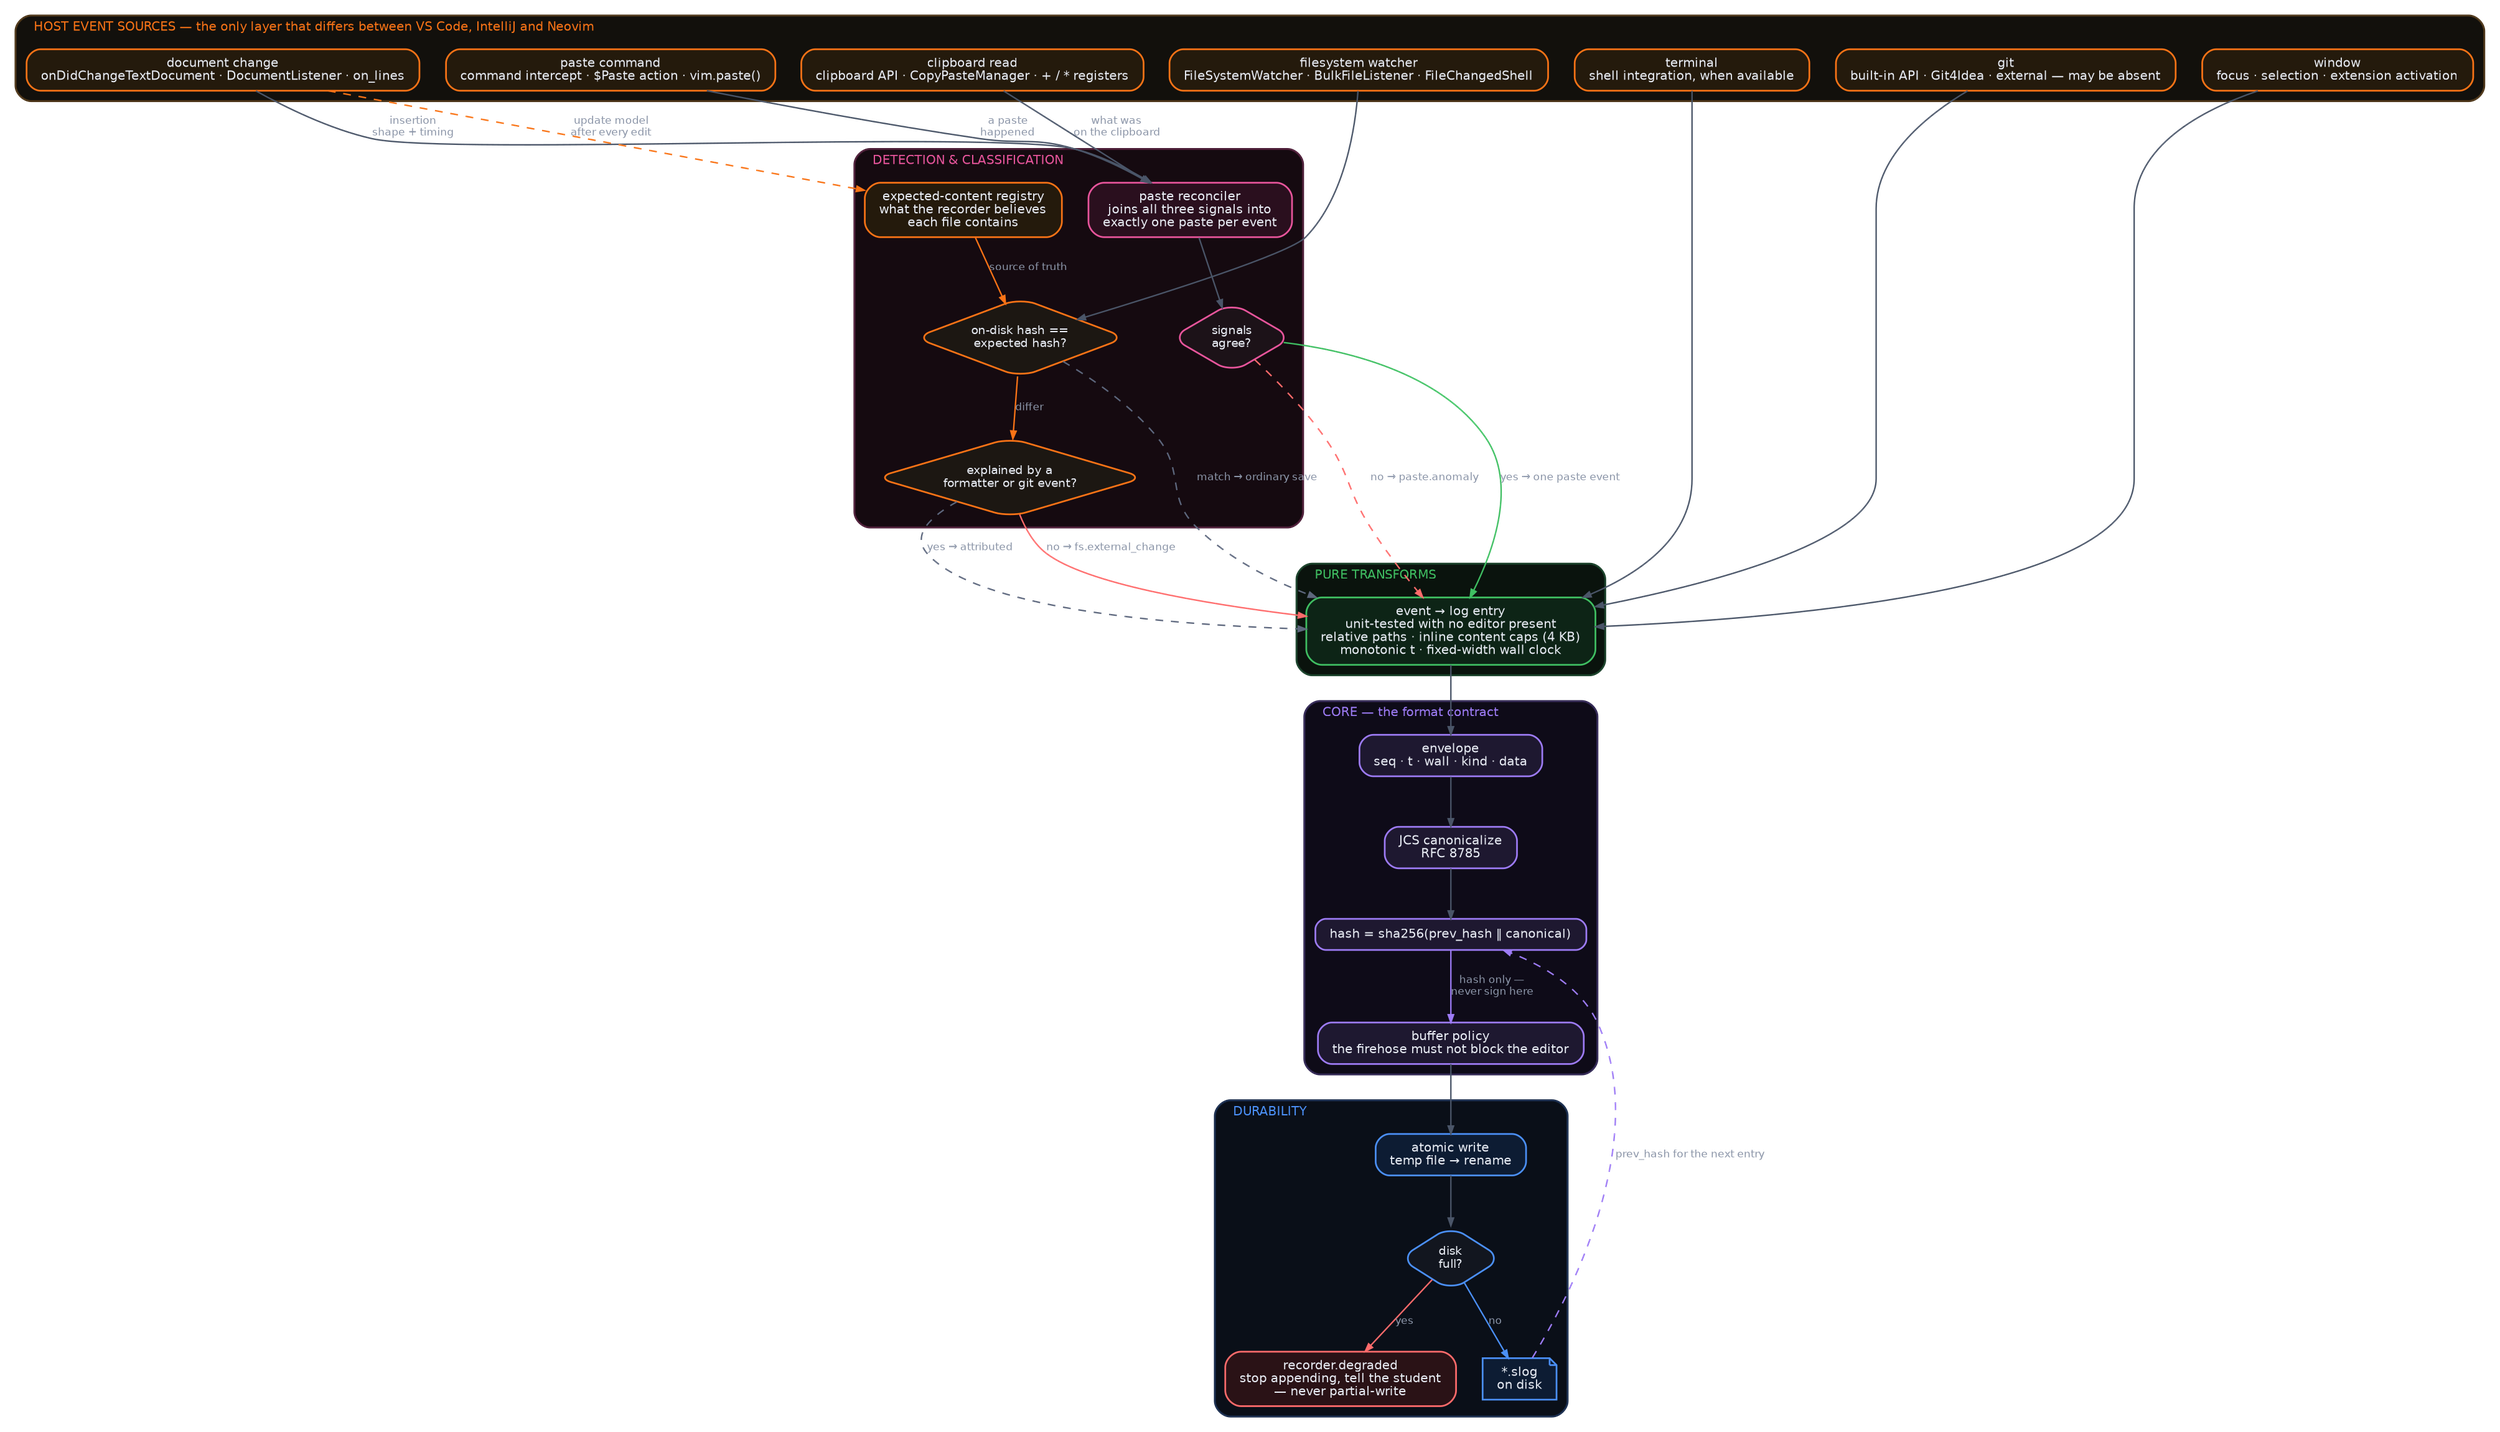
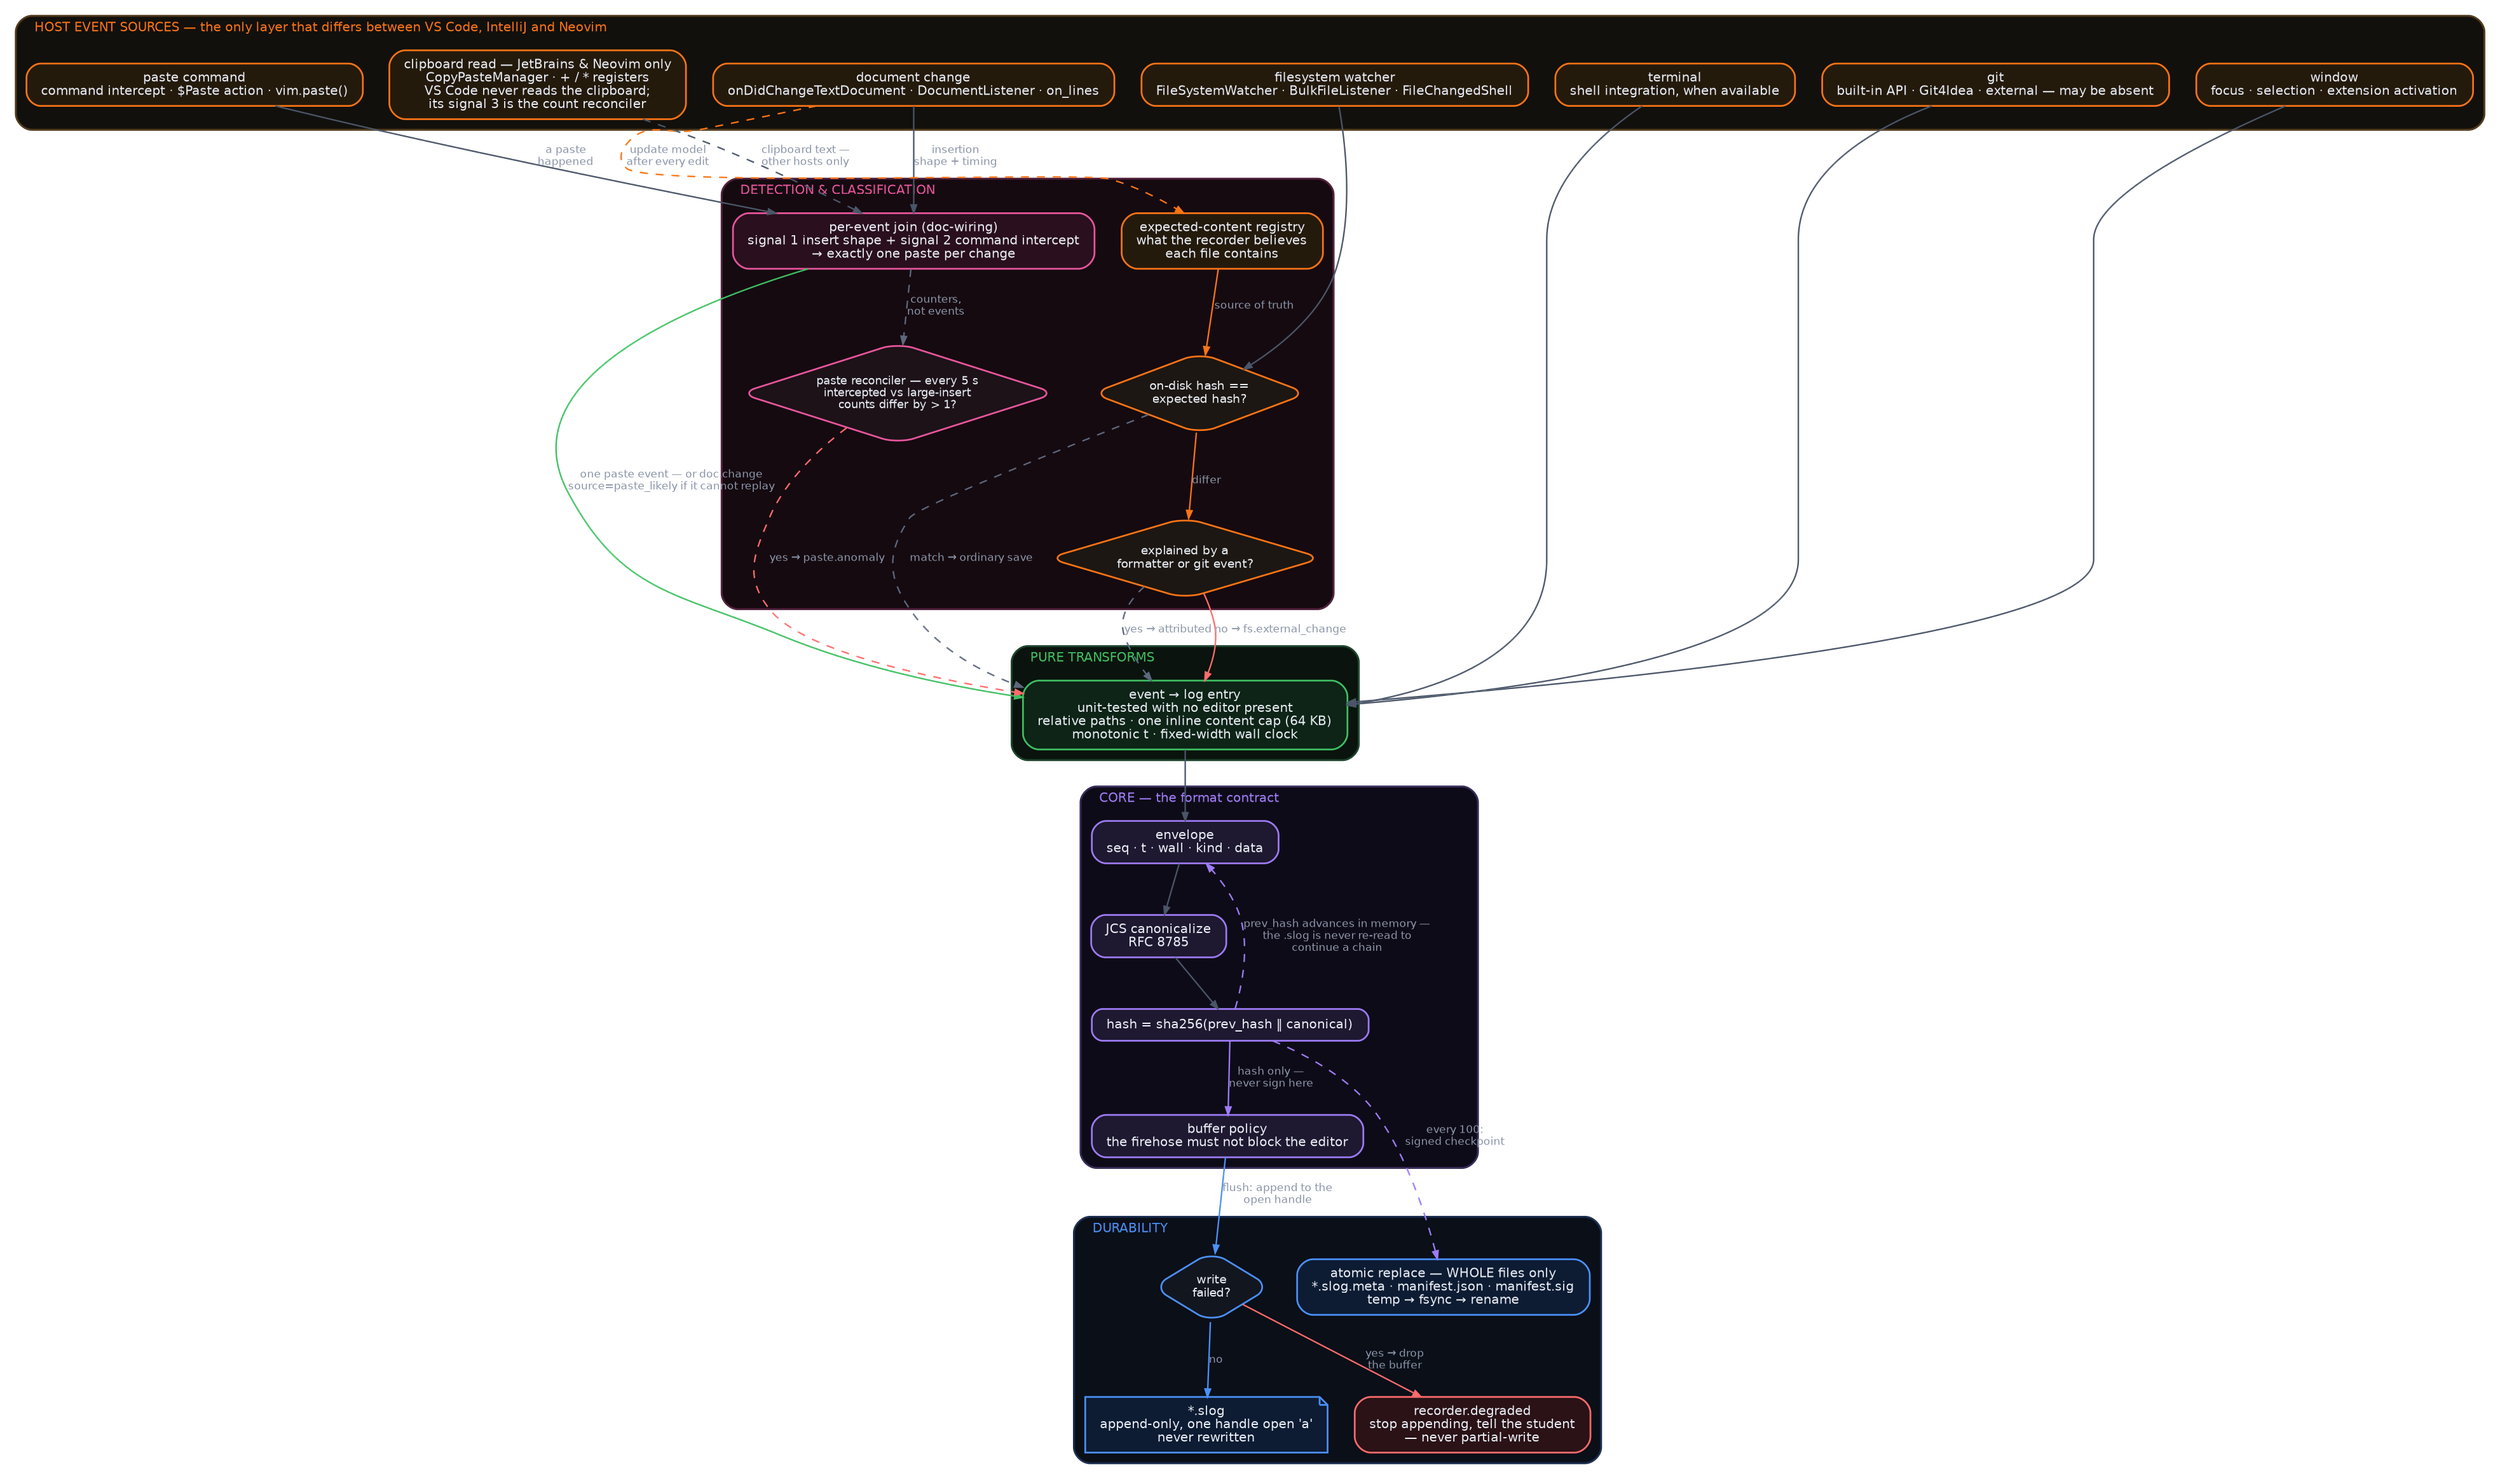
digraph recorder {
  bgcolor="transparent" rankdir=TB splines=spline compound=true
  nodesep=0.28 ranksep=0.52 fontname="Helvetica"
  node [shape=box style="filled,rounded" fontname="Helvetica" fontsize=10
        fontcolor="#e8ecf4" fillcolor="#161b26" color="#3a4457" penwidth=1.3
        margin="0.15,0.08" height=0.34]
  edge [fontname="Helvetica" fontsize=8.2 fontcolor="#8b95a8"
        color="#4a5568" arrowsize=0.6 penwidth=1.1]

  /* ── host event sources ── */
  subgraph cluster_host {
    label="  HOST EVENT SOURCES — the only layer that differs between VS Code, IntelliJ and Neovim  "
    fontsize=9.5 fontcolor="#F97316" color="#4a3316" penwidth=1.5 style=rounded
    bgcolor="#12100c" labeljust="l"
    node [fillcolor="#241a0c" color="#F97316" fontsize=9.5]

    h_doc  [label="document change\nonDidChangeTextDocument · DocumentListener · on_lines"]
    h_cmd  [label="paste command\ncommand intercept · $Paste action · vim.paste()"]
-     h_clip [label="clipboard read\nclipboard API · CopyPasteManager · + / * registers"]
+     h_clip [label="clipboard read — JetBrains & Neovim only\nCopyPasteManager · + / * registers\nVS Code never reads the clipboard;\nits signal 3 is the count reconciler"]
    h_fs   [label="filesystem watcher\nFileSystemWatcher · BulkFileListener · FileChangedShell"]
    h_term [label="terminal\nshell integration, when available"]
    h_git  [label="git\nbuilt-in API · Git4Idea · external — may be absent"]
    h_win  [label="window\nfocus · selection · extension activation"]
  }

  /* ── detection ── */
  subgraph cluster_det {
    label="  DETECTION & CLASSIFICATION  "
    fontsize=9.5 fontcolor="#e8559c" color="#4a1b35" penwidth=1.5 style=rounded
    bgcolor="#150a10" labeljust="l"
    node [fillcolor="#2a0f1e" color="#e8559c" fontsize=9.5]

-     reconcile [label="paste reconciler\njoins all three signals into\nexactly one paste per event"]
-     anomaly   [label="signals\nagree?" shape=diamond fillcolor="#1c1218" fontsize=9
-                height=0.75 width=1.25]
+     reconcile [label="per-event join (doc-wiring)\nsignal 1 insert shape + signal 2 command intercept\n→ exactly one paste per change"]
+     anomaly   [label="paste reconciler — every 5 s\nintercepted vs large-insert\ncounts differ by > 1?" shape=diamond
+                fillcolor="#1c1218" fontsize=8.5 height=1.05 width=2.5]
    expected  [label="expected-content registry\nwhat the recorder believes\neach file contains"
               fillcolor="#241a0c" color="#F97316"]
    cmp       [label="on-disk hash ==\nexpected hash?" shape=diamond fillcolor="#1c1712"
               color="#F97316" fontsize=9 height=0.85 width=1.7]
    explain   [label="explained by a\nformatter or git event?" shape=diamond fillcolor="#1c1712"
               color="#F97316" fontsize=9 height=0.85 width=1.8]
  }

  /* ── pure transforms ── */
  subgraph cluster_tx {
    label="  PURE TRANSFORMS  "
    fontsize=9.5 fontcolor="#3fbf62" color="#153c25" penwidth=1.5 style=rounded
    bgcolor="#0a130d" labeljust="l"
    node [fillcolor="#0d2416" color="#3fbf62" fontsize=9.5]

-     tx [label="event → log entry\nunit-tested with no editor present\nrelative paths · inline content caps (4 KB)\nmonotonic t · fixed-width wall clock"]
+     tx [label="event → log entry\nunit-tested with no editor present\nrelative paths · one inline content cap (64 KB)\nmonotonic t · fixed-width wall clock"]
  }

  /* ── core ── */
  subgraph cluster_core {
    label="  CORE — the format contract  "
    fontsize=9.5 fontcolor="#9d7bf5" color="#2e2450" penwidth=1.5 style=rounded
    bgcolor="#0e0b18" labeljust="l"
    node [fillcolor="#1e1830" color="#9d7bf5" fontsize=9.5]

    env  [label="envelope\nseq · t · wall · kind · data"]
    jcs  [label="JCS canonicalize\nRFC 8785"]
    hash [label="hash = sha256(prev_hash ‖ canonical)"]
    buf  [label="buffer policy\nthe firehose must not block the editor"]
  }

  /* ── io ── */
  subgraph cluster_io {
    label="  DURABILITY  "
    fontsize=9.5 fontcolor="#4b90f7" color="#16294a" penwidth=1.5 style=rounded
    bgcolor="#0a0f18" labeljust="l"
    node [fillcolor="#0d1c33" color="#4b90f7" fontsize=9.5]

-     atomic [label="atomic write\ntemp file → rename"]
-     disk   [label="*.slog\non disk" shape=note]
-     full   [label="disk\nfull?" shape=diamond fillcolor="#12161f" fontsize=9 height=0.7 width=1.1]
+     atomic [label="atomic replace — WHOLE files only\n*.slog.meta · manifest.json · manifest.sig\ntemp → fsync → rename"]
+     disk   [label="*.slog\nappend-only, one handle open 'a'\nnever rewritten" shape=note]
+     full   [label="write\nfailed?" shape=diamond fillcolor="#12161f" fontsize=9 height=0.75 width=1.2]
    degr   [label="recorder.degraded\nstop appending, tell the student\n— never partial-write"
            fillcolor="#2a1216" color="#ff6b6b" fontsize=9.5]
  }

  /* edges: sources → detection */
  h_doc  -> reconcile [label="insertion\nshape + timing"]
  h_cmd  -> reconcile [label="a paste\nhappened"]
-   h_clip -> reconcile [label="what was\non the clipboard"]
-   reconcile -> anomaly
-   anomaly -> tx [label="yes → one paste event" color="#3fbf62"]
-   anomaly -> tx [label="no → paste.anomaly" color="#ff6b6b" style=dashed]
+   h_clip -> reconcile [label="clipboard text —\nother hosts only" style=dashed]
+   reconcile -> tx [label="one paste event — or doc.change\nsource=paste_likely if it cannot replay" color="#3fbf62"]
+   reconcile -> anomaly [label="counters,\nnot events" color="#5d677d" style=dashed]
+   anomaly -> tx [label="yes → paste.anomaly" color="#ff6b6b" style=dashed]

  h_fs -> cmp
  expected -> cmp [label="source of truth" color="#F97316"]
  cmp -> tx [label="match → ordinary save" color="#5d677d" style=dashed]
  cmp -> explain [label="differ" color="#F97316"]
  explain -> tx [label="yes → attributed" color="#5d677d" style=dashed]
  explain -> tx [label="no → fs.external_change" color="#ff6b6b"]

  h_doc  -> expected [label="update model\nafter every edit" color="#F97316" style=dashed constraint=false]
  h_term -> tx
  h_git  -> tx
  h_win  -> tx

  tx -> env
  env -> jcs
  jcs -> hash
  hash -> buf [label="hash only —\nnever sign here" color="#9d7bf5"]
-   buf -> atomic
-   atomic -> full
-   full -> disk [label="no" color="#4b90f7"]
-   full -> degr [label="yes" color="#ff6b6b"]
-   disk -> hash [label="prev_hash for the next entry" color="#9d7bf5" style=dashed constraint=false]
+   hash -> env [label="prev_hash advances in memory —\nthe .slog is never re-read to\ncontinue a chain" color="#9d7bf5" style=dashed constraint=false]
+ 
+   /* two durability strategies, not one */
+   buf  -> full   [label="flush: append to the\nopen handle" color="#4b90f7"]
+   full -> disk   [label="no" color="#4b90f7"]
+   full -> degr   [label="yes → drop\nthe buffer" color="#ff6b6b"]
+   hash -> atomic [label="every 100:\nsigned checkpoint" color="#9d7bf5" style=dashed]
}
